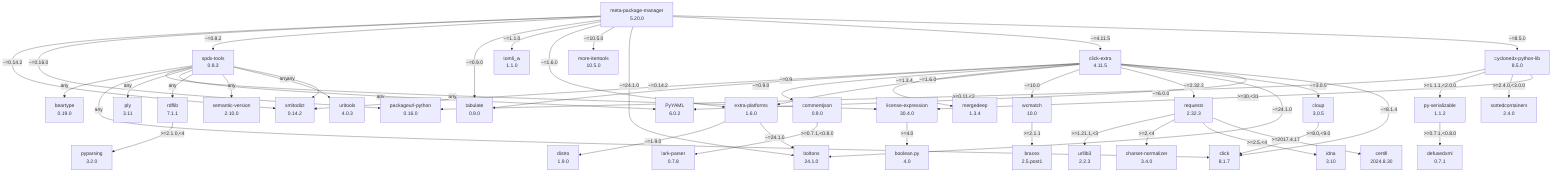
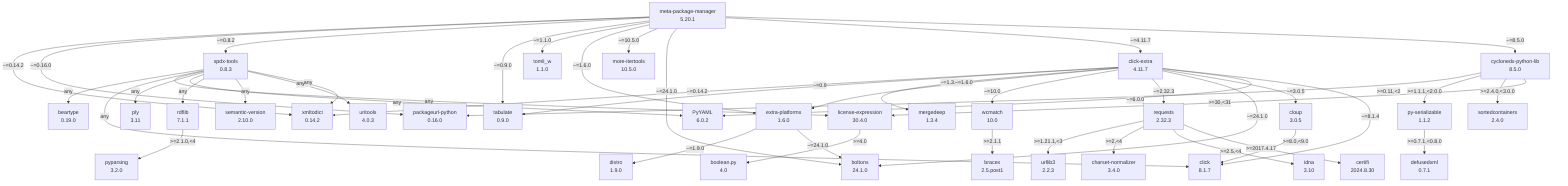
flowchart TD
    classDef missing stroke-dasharray: 5
    beartype["beartype\n0.19.0"]
    boltons["boltons\n24.1.0"]
    boolean-py["boolean.py\n4.0"]
    bracex["bracex\n2.5.post1"]
    certifi["certifi\n2024.8.30"]
    charset-normalizer["charset-normalizer\n3.4.0"]
-     click-extra["click-extra\n4.11.5"]
+     click-extra["click-extra\n4.11.7"]
    click_0["click\n8.1.7"]
    cloup["cloup\n3.0.5"]
-     commentjson["commentjson\n0.9.0"]
    cyclonedx-python-lib["cyclonedx-python-lib\n8.5.0"]
    defusedxml["defusedxml\n0.7.1"]
    distro["distro\n1.9.0"]
    extra-platforms["extra-platforms\n1.6.0"]
    idna["idna\n3.10"]
-     lark-parser["lark-parser\n0.7.8"]
    license-expression["license-expression\n30.4.0"]
    mergedeep["mergedeep\n1.3.4"]
-     meta-package-manager["meta-package-manager\n5.20.0"]
+     meta-package-manager["meta-package-manager\n5.20.1"]
    more-itertools["more-itertools\n10.5.0"]
    packageurl-python["packageurl-python\n0.16.0"]
    ply["ply\n3.11"]
    py-serializable["py-serializable\n1.1.2"]
    pyparsing["pyparsing\n3.2.0"]
    pyyaml["PyYAML\n6.0.2"]
    rdflib["rdflib\n7.1.1"]
    requests["requests\n2.32.3"]
    semantic-version["semantic-version\n2.10.0"]
    sortedcontainers["sortedcontainers\n2.4.0"]
    spdx-tools["spdx-tools\n0.8.3"]
    tabulate["tabulate\n0.9.0"]
    tomli-w["tomli_w\n1.1.0"]
    uritools["uritools\n4.0.3"]
    urllib3["urllib3\n2.2.3"]
    wcmatch["wcmatch\n10.0"]
    xmltodict["xmltodict\n0.14.2"]
    click-extra -- "~=0.14.2" --> xmltodict
    click-extra -- "~=0.9" --> tabulate
-     click-extra -- "~=0.9.0" --> commentjson
    click-extra -- "~=1.3.4" --> mergedeep
    click-extra -- "~=1.6.0" --> extra-platforms
    click-extra -- "~=10.0" --> wcmatch
    click-extra -- "~=2.32.3" --> requests
    click-extra -- "~=24.1.0" --> boltons
    click-extra -- "~=3.0.5" --> cloup
    click-extra -- "~=6.0.0" --> pyyaml
    click-extra -- "~=8.1.4" --> click_0
    cloup -- ">=8.0,<9.0" --> click_0
-     commentjson -- ">=0.7.1,<0.8.0" --> lark-parser
    cyclonedx-python-lib -- ">=0.11,<2" --> packageurl-python
    cyclonedx-python-lib -- ">=1.1.1,<2.0.0" --> py-serializable
    cyclonedx-python-lib -- ">=2.4.0,<3.0.0" --> sortedcontainers
    cyclonedx-python-lib -- ">=30,<31" --> license-expression
    extra-platforms -- "~=1.9.0" --> distro
    extra-platforms -- "~=24.1.0" --> boltons
    license-expression -- ">=4.0" --> boolean-py
    meta-package-manager -- "~=0.14.2" --> xmltodict
    meta-package-manager -- "~=0.16.0" --> packageurl-python
    meta-package-manager -- "~=0.8.2" --> spdx-tools
    meta-package-manager -- "~=0.9.0" --> tabulate
    meta-package-manager -- "~=1.1.0" --> tomli-w
    meta-package-manager -- "~=1.6.0" --> extra-platforms
    meta-package-manager -- "~=10.5.0" --> more-itertools
    meta-package-manager -- "~=24.1.0" --> boltons
-     meta-package-manager -- "~=4.11.5" --> click-extra
+     meta-package-manager -- "~=4.11.7" --> click-extra
    meta-package-manager -- "~=8.5.0" --> cyclonedx-python-lib
    py-serializable -- ">=0.7.1,<0.8.0" --> defusedxml
    rdflib -- ">=2.1.0,<4" --> pyparsing
    requests -- ">=1.21.1,<3" --> urllib3
    requests -- ">=2,<4" --> charset-normalizer
    requests -- ">=2.5,<4" --> idna
    requests -- ">=2017.4.17" --> certifi
    spdx-tools -- "any" --> beartype
    spdx-tools -- "any" --> click_0
    spdx-tools -- "any" --> license-expression
    spdx-tools -- "any" --> ply
    spdx-tools -- "any" --> pyyaml
    spdx-tools -- "any" --> rdflib
    spdx-tools -- "any" --> semantic-version
    spdx-tools -- "any" --> uritools
    spdx-tools -- "any" --> xmltodict
    wcmatch -- ">=2.1.1" --> bracex

